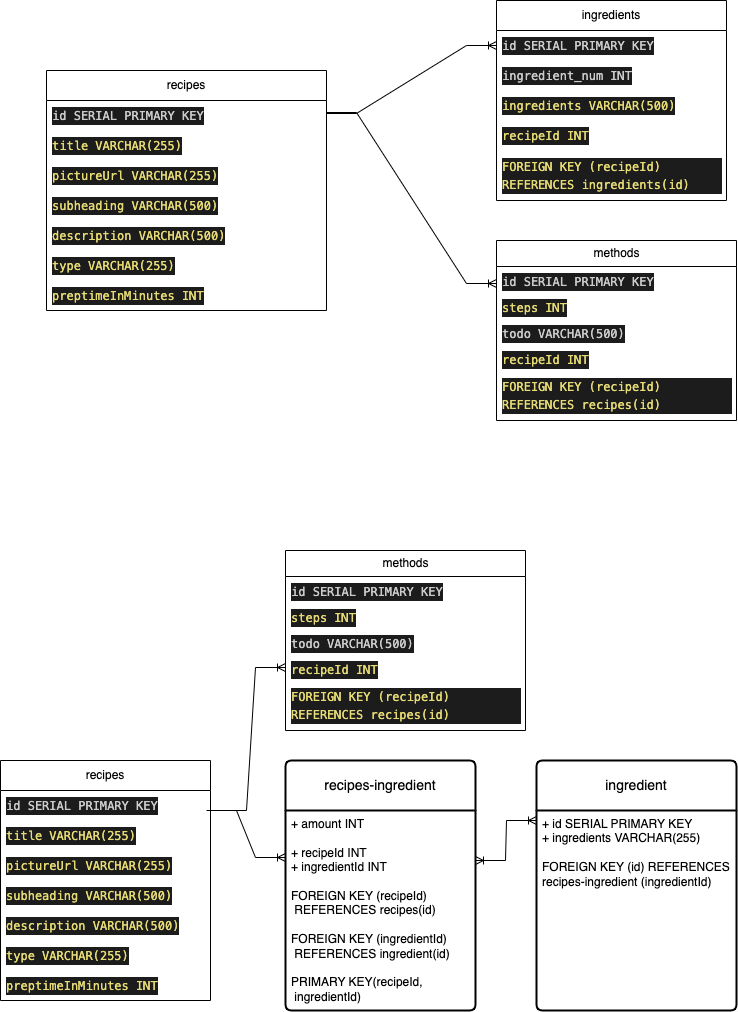
Subaru-Goto/contentful-to-postgre keeps this draw.io diagram as images/cookbook.png. Above is the earlier version. Source tidied: cells renumbered, new cells last; positions are measured from the earlier drawing's top-left corner, leaving out a move shared by most shapes.
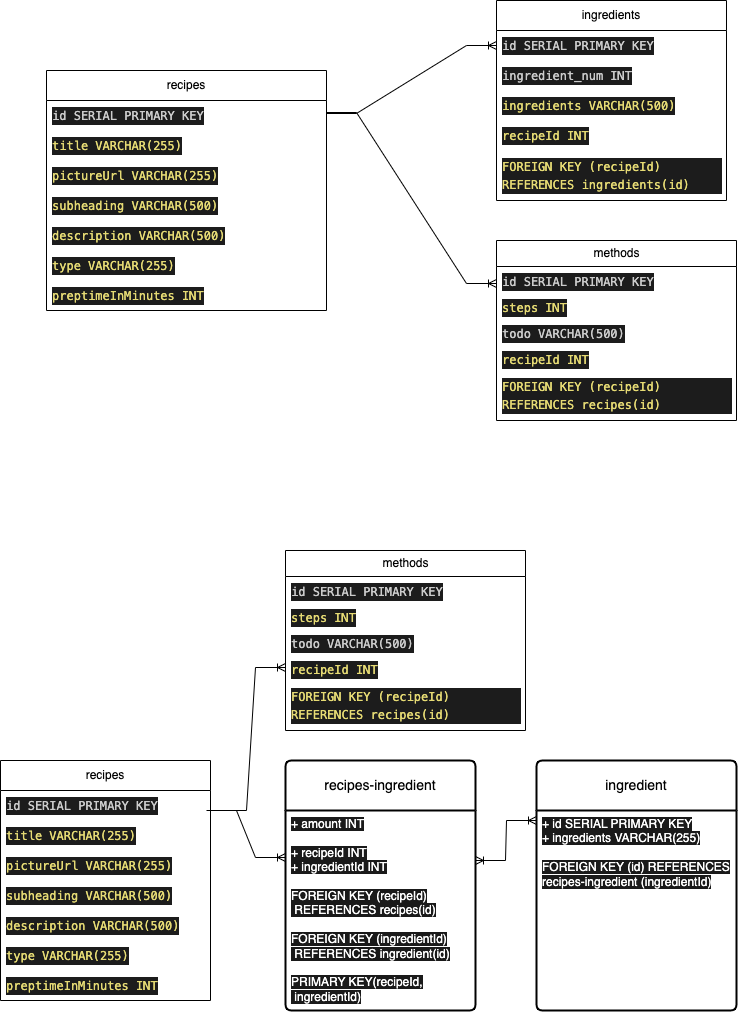
Later version of the same file.

Commit message:
change font color

What changed in the source:
```diff
@@ -89,13 +89,13 @@
     <mxCell id="30" value="recipes-ingredient" style="swimlane;horizontal=1;startSize=50;rounded=1;fontSize=14;fontStyle=0;strokeWidth=2;shadow=0;dashed=0;align=center;arcSize=4;whiteSpace=wrap;html=1;" parent="1" vertex="1">
       <mxGeometry x="285" y="760" width="190" height="250" as="geometry" />
     </mxCell>
-    <mxCell id="31" value="+ amount INT&lt;br&gt;&lt;br&gt;+ recipeId INT&lt;br style=&quot;border-color: var(--border-color);&quot;&gt;+ ingredientId INT&lt;br&gt;&lt;br&gt;FOREIGN KEY (recipeId)&lt;br&gt;&amp;nbsp;REFERENCES recipes(id)&lt;br&gt;&lt;br&gt;FOREIGN KEY (ingredientId)&lt;br style=&quot;border-color: var(--border-color);&quot;&gt;&amp;nbsp;REFERENCES ingredient(id)&lt;br style=&quot;border-color: var(--border-color);&quot;&gt;&lt;br&gt;PRIMARY KEY(recipeId,&lt;br&gt;&amp;nbsp;ingredientId)" style="align=left;strokeColor=none;fillColor=none;spacingLeft=4;fontSize=12;verticalAlign=top;html=1;" parent="30" vertex="1">
+    <mxCell id="31" value="&lt;span style=&quot;background-color: rgb(26, 26, 26);&quot;&gt;&lt;font color=&quot;#ffffff&quot;&gt;+ amount INT&lt;br&gt;&lt;br&gt;+ recipeId INT&lt;br style=&quot;border-color: var(--border-color);&quot;&gt;+ ingredientId INT&lt;br&gt;&lt;br&gt;FOREIGN KEY (recipeId)&lt;br&gt;&amp;nbsp;REFERENCES recipes(id)&lt;br&gt;&lt;br&gt;FOREIGN KEY (ingredientId)&lt;br style=&quot;border-color: var(--border-color);&quot;&gt;&amp;nbsp;REFERENCES ingredient(id)&lt;br style=&quot;border-color: var(--border-color);&quot;&gt;&lt;br&gt;PRIMARY KEY(recipeId,&lt;br&gt;&amp;nbsp;ingredientId)&lt;/font&gt;&lt;/span&gt;" style="align=left;strokeColor=none;fillColor=none;spacingLeft=4;fontSize=12;verticalAlign=top;html=1;" parent="30" vertex="1">
       <mxGeometry y="50" width="190" height="200" as="geometry" />
     </mxCell>
     <mxCell id="32" value="ingredient" style="swimlane;horizontal=1;startSize=50;rounded=1;fontSize=14;fontStyle=0;strokeWidth=2;shadow=0;dashed=0;align=center;arcSize=4;whiteSpace=wrap;html=1;" parent="1" vertex="1">
       <mxGeometry x="536" y="760" width="200" height="250" as="geometry" />
     </mxCell>
-    <mxCell id="33" value="+ id SERIAL PRIMARY KEY&lt;br&gt;+ ingredients VARCHAR(255)&lt;br&gt;&lt;br&gt;FOREIGN KEY (id) REFERENCES&lt;br&gt;recipes-ingredient (ingredientId)" style="align=left;strokeColor=none;fillColor=none;spacingLeft=4;fontSize=12;verticalAlign=top;html=1;" parent="32" vertex="1">
+    <mxCell id="33" value="&lt;font style=&quot;background-color: rgb(26, 26, 26);&quot; color=&quot;#ffffff&quot;&gt;+ id SERIAL PRIMARY KEY&lt;br&gt;+ ingredients VARCHAR(255)&lt;br&gt;&lt;br&gt;FOREIGN KEY (id) REFERENCES&lt;br&gt;recipes-ingredient (ingredientId)&lt;/font&gt;" style="align=left;strokeColor=none;fillColor=none;spacingLeft=4;fontSize=12;verticalAlign=top;html=1;" parent="32" vertex="1">
       <mxGeometry y="50" width="200" height="200" as="geometry" />
     </mxCell>
     <mxCell id="34" value="methods" style="swimlane;fontStyle=0;horizontal=1;startSize=26;fillColor=none;html=1;" parent="1" vertex="1">
```
